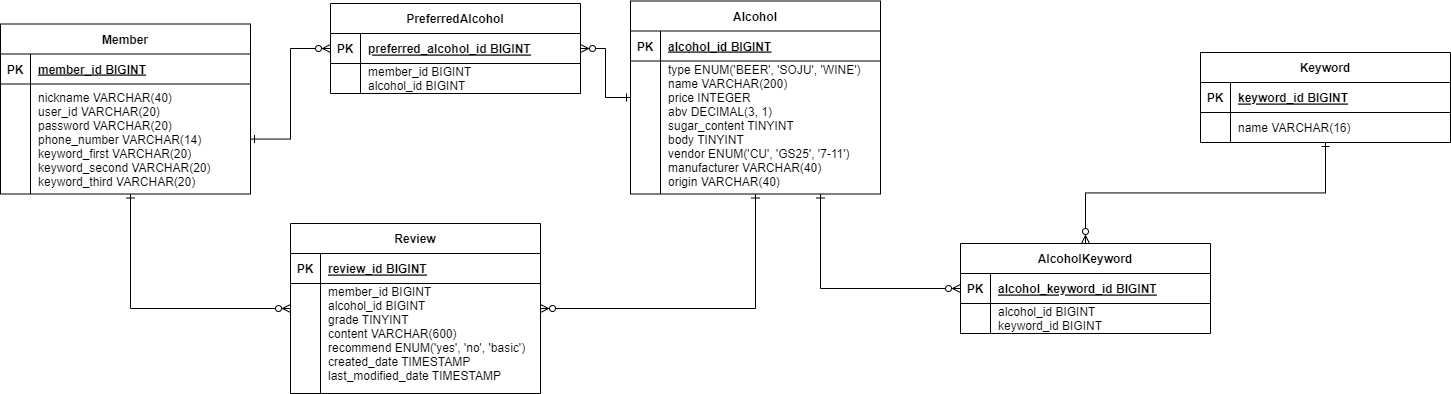
Earlier version of the draw.io export pyeonsool-table.png (great-sprout/PyeonSool). Source tidied: cells renumbered, new cells last; positions are measured from the earlier drawing's top-left corner, leaving out a move shared by most shapes.
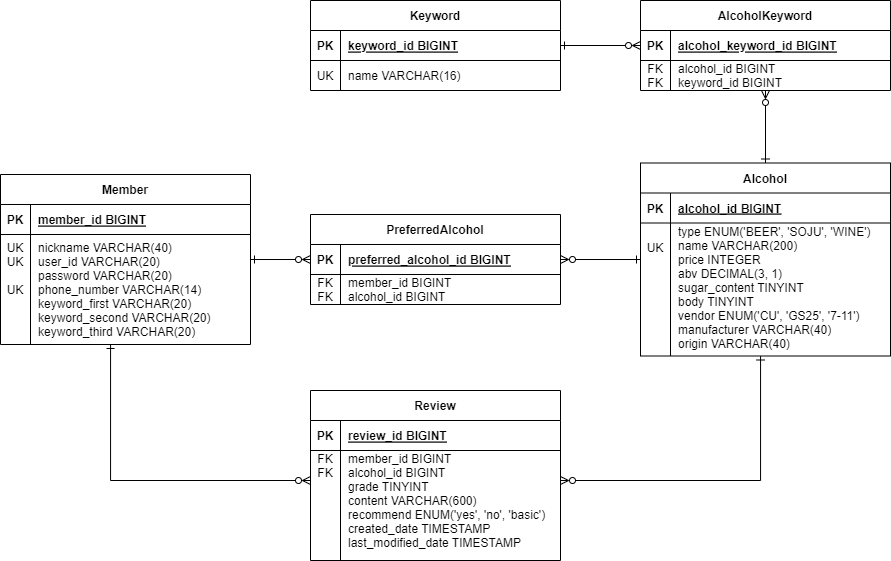
Later version of the same file.

Commit message:
docs: 테이블 FK, UK 지정

Diff of the diagram source:
```diff
@@ -10,7 +10,7 @@
       </mxGeometry>
     </mxCell>
     <mxCell id="3" value="Alcohol" style="shape=table;startSize=30;rowLines=0;fontStyle=1;align=center;" parent="1" vertex="1">
-      <mxGeometry x="630" y="-0.5" width="250" height="193" as="geometry" />
+      <mxGeometry x="670" y="224.5" width="250" height="193" as="geometry" />
     </mxCell>
     <mxCell id="4" style="shape=partialRectangle;fillColor=none;top=0;left=0;right=0;bottom=1;" parent="3" vertex="1">
       <mxGeometry y="30" width="250" height="30" as="geometry" />
@@ -24,17 +24,21 @@
     <mxCell id="7" style="shape=partialRectangle;fillColor=none;top=0;left=0;right=0;bottom=0;" parent="3" vertex="1">
       <mxGeometry y="60" width="250" height="133" as="geometry" />
     </mxCell>
-    <mxCell id="8" style="shape=partialRectangle;overflow=hidden;fillColor=none;top=0;left=0;bottom=0;right=0;" parent="7" vertex="1">
+    <mxCell id="8" value="&#10;UK&#10;&#10;&#10;&#10;&#10;&#10;&#10;" style="shape=partialRectangle;overflow=hidden;fillColor=none;top=0;left=0;bottom=0;right=0;" parent="7" vertex="1">
       <mxGeometry width="30" height="133" as="geometry" />
     </mxCell>
     <mxCell id="9" value="type ENUM('BEER', 'SOJU', 'WINE')&#10;name VARCHAR(200)&#10;price INTEGER&#10;abv DECIMAL(3, 1)&#10;sugar_content TINYINT &#10;body TINYINT&#10;vendor ENUM('CU', 'GS25', '7-11')&#10;manufacturer VARCHAR(40)&#10;origin VARCHAR(40)&#10; " style="shape=partialRectangle;overflow=hidden;fillColor=none;top=0;left=0;bottom=0;right=0;align=left;spacingLeft=6;" parent="7" vertex="1">
       <mxGeometry x="30" width="220" height="133" as="geometry" />
     </mxCell>
     <mxCell id="10" style="edgeStyle=orthogonalEdgeStyle;rounded=0;jettySize=auto;html=1;startArrow=ERzeroToMany;startFill=0;endArrow=ERone;endFill=0;" parent="1" edge="1" source="11" target="3">
-      <mxGeometry relative="1" as="geometry" />
+      <mxGeometry relative="1" as="geometry">
+        <Array as="points">
+          <mxPoint x="790" y="542" />
+        </Array>
+      </mxGeometry>
     </mxCell>
     <mxCell id="11" value="Review" style="shape=table;startSize=30;rowLines=0;fontStyle=1;align=center;" parent="1" vertex="1">
-      <mxGeometry x="290" y="222" width="250" height="170" as="geometry" />
+      <mxGeometry x="340" y="452" width="250" height="170" as="geometry" />
     </mxCell>
     <mxCell id="12" style="shape=partialRectangle;fillColor=none;top=0;left=0;right=0;bottom=1;" parent="11" vertex="1">
       <mxGeometry y="30" width="250" height="30" as="geometry" />
@@ -48,14 +52,14 @@
     <mxCell id="15" style="shape=partialRectangle;fillColor=none;top=0;left=0;right=0;bottom=0;" parent="11" vertex="1">
       <mxGeometry y="60" width="250" height="110" as="geometry" />
     </mxCell>
-    <mxCell id="16" style="shape=partialRectangle;overflow=hidden;fillColor=none;top=0;left=0;bottom=0;right=0;" parent="15" vertex="1">
+    <mxCell id="16" value="FK&#10;FK&#10;&#10;&#10;&#10;&#10;&#10;" style="shape=partialRectangle;overflow=hidden;fillColor=none;top=0;left=0;bottom=0;right=0;" parent="15" vertex="1">
       <mxGeometry width="30" height="110" as="geometry" />
     </mxCell>
     <mxCell id="17" value="member_id BIGINT&#10;alcohol_id BIGINT&#10;grade TINYINT&#10;content VARCHAR(600)&#10;recommend ENUM('yes', 'no', 'basic')&#10;created_date TIMESTAMP&#10;last_modified_date TIMESTAMP&#10;" style="shape=partialRectangle;overflow=hidden;fillColor=none;top=0;left=0;bottom=0;right=0;align=left;spacingLeft=6;" parent="15" vertex="1">
       <mxGeometry x="30" width="220" height="110" as="geometry" />
     </mxCell>
     <mxCell id="18" value="Member" style="shape=table;startSize=30;rowLines=0;fontStyle=1;align=center;" parent="1" vertex="1">
-      <mxGeometry y="22.5" width="250" height="170" as="geometry" />
+      <mxGeometry x="30" y="236" width="250" height="170" as="geometry" />
     </mxCell>
     <mxCell id="19" style="shape=partialRectangle;fillColor=none;top=0;left=0;right=0;bottom=1;" parent="18" vertex="1">
       <mxGeometry y="30" width="250" height="30" as="geometry" />
@@ -69,7 +73,7 @@
     <mxCell id="22" style="shape=partialRectangle;fillColor=none;points=[[0,0.5],[1,0.5]];portConstraint=eastwest;top=0;left=0;right=0;bottom=0;" parent="18" vertex="1">
       <mxGeometry y="60" width="250" height="110" as="geometry" />
     </mxCell>
-    <mxCell id="23" style="shape=partialRectangle;overflow=hidden;fillColor=none;top=0;left=0;bottom=0;right=0;" parent="22" vertex="1">
+    <mxCell id="23" value="UK&#10;UK&#10;&#10;UK&#10;&#10;&#10;" style="shape=partialRectangle;overflow=hidden;fillColor=none;top=0;left=0;bottom=0;right=0;" parent="22" vertex="1">
       <mxGeometry width="30" height="110" as="geometry" />
     </mxCell>
     <mxCell id="24" value="nickname VARCHAR(40)&#10;user_id VARCHAR(20)&#10;password VARCHAR(20)&#10;phone_number VARCHAR(14)&#10;keyword_first VARCHAR(20)&#10;keyword_second VARCHAR(20)&#10;keyword_third VARCHAR(20)" style="shape=partialRectangle;overflow=hidden;fillColor=none;top=0;left=0;bottom=0;right=0;align=left;spacingLeft=6;" parent="22" vertex="1">
@@ -79,7 +83,7 @@
       <mxGeometry relative="1" as="geometry" />
     </mxCell>
     <mxCell id="26" value="PreferredAlcohol" style="shape=table;startSize=30;rowLines=0;fontStyle=1;align=center;" parent="1" vertex="1">
-      <mxGeometry x="330" y="2" width="250" height="90" as="geometry" />
+      <mxGeometry x="340" y="276" width="250" height="90" as="geometry" />
     </mxCell>
     <mxCell id="27" style="shape=partialRectangle;fillColor=none;top=0;left=0;right=0;bottom=1;" parent="26" vertex="1">
       <mxGeometry y="30" width="250" height="30" as="geometry" />
@@ -93,7 +97,7 @@
     <mxCell id="30" style="shape=partialRectangle;fillColor=none;top=0;left=0;right=0;bottom=0;" parent="26" vertex="1">
       <mxGeometry y="60" width="250" height="30" as="geometry" />
     </mxCell>
-    <mxCell id="31" style="shape=partialRectangle;overflow=hidden;fillColor=none;top=0;left=0;bottom=0;right=0;" parent="30" vertex="1">
+    <mxCell id="31" value="FK&#10;FK" style="shape=partialRectangle;overflow=hidden;fillColor=none;top=0;left=0;bottom=0;right=0;" parent="30" vertex="1">
       <mxGeometry width="30" height="30" as="geometry" />
     </mxCell>
     <mxCell id="32" value="member_id BIGINT&#10;alcohol_id BIGINT" style="shape=partialRectangle;overflow=hidden;fillColor=none;top=0;left=0;bottom=0;right=0;align=left;spacingLeft=6;" parent="30" vertex="1">
@@ -103,7 +107,7 @@
       <mxGeometry relative="1" as="geometry" />
     </mxCell>
     <mxCell id="34" value="Keyword" style="shape=table;startSize=30;rowLines=0;fontStyle=1;align=center;" parent="1" vertex="1">
-      <mxGeometry x="1200" y="51" width="250" height="90" as="geometry" />
+      <mxGeometry x="340" y="62" width="250" height="90" as="geometry" />
     </mxCell>
     <mxCell id="35" style="shape=partialRectangle;fillColor=none;top=0;left=0;right=0;bottom=1;" parent="34" vertex="1">
       <mxGeometry y="30" width="250" height="30" as="geometry" />
@@ -117,24 +121,24 @@
     <mxCell id="38" style="shape=partialRectangle;fillColor=none;top=0;left=0;right=0;bottom=0;" parent="34" vertex="1">
       <mxGeometry y="60" width="250" height="30" as="geometry" />
     </mxCell>
-    <mxCell id="39" style="shape=partialRectangle;overflow=hidden;fillColor=none;top=0;left=0;bottom=0;right=0;" parent="38" vertex="1">
+    <mxCell id="39" value="UK" style="shape=partialRectangle;overflow=hidden;fillColor=none;top=0;left=0;bottom=0;right=0;" parent="38" vertex="1">
       <mxGeometry width="30" height="30" as="geometry" />
     </mxCell>
     <mxCell id="40" value="name VARCHAR(16)" style="shape=partialRectangle;overflow=hidden;fillColor=none;top=0;left=0;bottom=0;right=0;align=left;spacingLeft=6;" parent="38" vertex="1">
       <mxGeometry x="30" width="220" height="30" as="geometry" />
     </mxCell>
-    <mxCell id="41" style="edgeStyle=orthogonalEdgeStyle;rounded=0;jettySize=auto;html=1;startArrow=ERone;startFill=0;endArrow=ERzeroToMany;endFill=0;" parent="1" edge="1" source="22" target="26">
+    <mxCell id="41" style="edgeStyle=orthogonalEdgeStyle;rounded=0;jettySize=auto;html=1;startArrow=ERone;startFill=0;endArrow=ERzeroToMany;endFill=0;" parent="1" edge="1" source="18" target="26">
       <mxGeometry relative="1" as="geometry" />
     </mxCell>
     <mxCell id="42" style="edgeStyle=orthogonalEdgeStyle;rounded=0;jettySize=auto;html=1;startArrow=ERone;startFill=0;endArrow=ERzeroToMany;endFill=0;" parent="1" edge="1" source="18" target="11">
       <mxGeometry relative="1" as="geometry">
         <Array as="points">
-          <mxPoint x="130" y="307" />
+          <mxPoint x="140" y="542" />
         </Array>
       </mxGeometry>
     </mxCell>
     <mxCell id="43" value="AlcoholKeyword" style="shape=table;startSize=30;rowLines=0;fontStyle=1;align=center;" parent="1" vertex="1">
-      <mxGeometry x="960" y="242" width="250" height="90" as="geometry" />
+      <mxGeometry x="670" y="62" width="250" height="90" as="geometry" />
     </mxCell>
     <mxCell id="44" style="shape=partialRectangle;fillColor=none;top=0;left=0;right=0;bottom=1;" parent="43" vertex="1">
       <mxGeometry y="30" width="250" height="30" as="geometry" />
@@ -148,7 +152,7 @@
     <mxCell id="47" style="shape=partialRectangle;fillColor=none;top=0;left=0;right=0;bottom=0;" parent="43" vertex="1">
       <mxGeometry y="60" width="250" height="30" as="geometry" />
     </mxCell>
-    <mxCell id="48" style="shape=partialRectangle;overflow=hidden;fillColor=none;top=0;left=0;bottom=0;right=0;" parent="47" vertex="1">
+    <mxCell id="48" value="FK&#10;FK" style="shape=partialRectangle;overflow=hidden;fillColor=none;top=0;left=0;bottom=0;right=0;" parent="47" vertex="1">
       <mxGeometry width="30" height="30" as="geometry" />
     </mxCell>
     <mxCell id="49" value="alcohol_id BIGINT&#10;keyword_id BIGINT" style="shape=partialRectangle;overflow=hidden;fillColor=none;top=0;left=0;bottom=0;right=0;align=left;spacingLeft=6;" parent="47" vertex="1">
```
